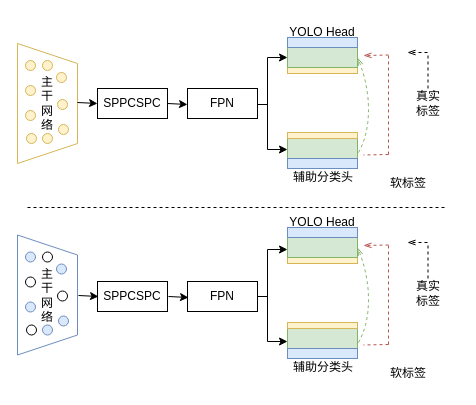
Above: self_distillation.drawio in wangdayan/HuffmanTree (draw.io), before the change. Source tidied: cells renumbered, new cells numbered last; positions are measured from the earlier drawing's top-left corner, leaving out a move shared by most shapes. Both pictures are drawn from the tidied source at 100%, with x=0, y=0 at pixel (-13, 17).
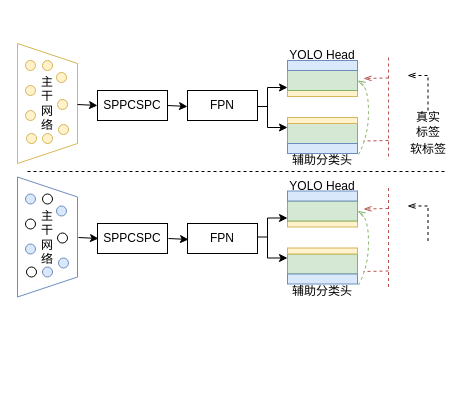
The same page after the edit.

The edit, as a diff of the source:
```diff
@@
     <mxCell id="2" value="SPPCSPC" style="rounded=0;whiteSpace=wrap;html=1;" parent="1" vertex="1">
-      <mxGeometry x="110" y="264" width="70" height="30" as="geometry" />
+      <mxGeometry x="110" y="206" width="70" height="30" as="geometry" />
     </mxCell>
     <mxCell id="3" value="FPN" style="rounded=0;whiteSpace=wrap;html=1;" parent="1" vertex="1">
-      <mxGeometry x="200" y="264" width="70" height="30" as="geometry" />
+      <mxGeometry x="200" y="206" width="70" height="30" as="geometry" />
     </mxCell>
-    <mxCell id="4" style="rounded=0;whiteSpace=wrap;html=1;fillColor=#d5e8d4;strokeColor=#82b366;" parent="1" vertex="1">
-      <mxGeometry x="300" y="311" width="70" height="20" as="geometry" />
-    </mxCell>
-    <mxCell id="5" value="辅助分类头" style="text;strokeColor=none;align=center;fillColor=none;html=1;verticalAlign=middle;whiteSpace=wrap;rounded=0;" parent="1" vertex="1">
-      <mxGeometry x="301" y="335" width="70" height="30" as="geometry" />
-    </mxCell>
-    <mxCell id="6" style="rounded=0;whiteSpace=wrap;html=1;fillColor=#dae8fc;strokeColor=#6c8ebf;" parent="1" vertex="1">
-      <mxGeometry x="300" y="331" width="70" height="10" as="geometry" />
-    </mxCell>
-    <mxCell id="7" style="rounded=0;whiteSpace=wrap;html=1;fillColor=#fff2cc;strokeColor=#d6b656;" parent="1" vertex="1">
-      <mxGeometry x="300" y="240" width="70" height="6" as="geometry" />
-    </mxCell>
-    <mxCell id="8" style="rounded=0;whiteSpace=wrap;html=1;fillColor=#d5e8d4;strokeColor=#82b366;" parent="1" vertex="1">
-      <mxGeometry x="300" y="220" width="70" height="20" as="geometry" />
-    </mxCell>
-    <mxCell id="9" style="rounded=0;whiteSpace=wrap;html=1;fillColor=#dae8fc;strokeColor=#6c8ebf;" parent="1" vertex="1">
-      <mxGeometry x="300" y="210" width="70" height="10" as="geometry" />
-    </mxCell>
-    <mxCell id="10" style="curved=1;endArrow=openThin;html=1;rounded=0;entryX=1;entryY=0.5;entryDx=0;entryDy=0;fillColor=#d5e8d4;strokeColor=#82b366;dashed=1;endFill=0;" parent="1" edge="1" target="8">
-      <mxGeometry relative="1" as="geometry">
-        <mxPoint x="371" y="325" as="sourcePoint" />
-        <Array as="points">
-          <mxPoint x="381" y="307" />
-          <mxPoint x="381" y="257" />
-        </Array>
-      </mxGeometry>
-    </mxCell>
-    <mxCell id="11" style="rounded=0;whiteSpace=wrap;html=1;fillColor=#fff2cc;strokeColor=#d6b656;" parent="1" vertex="1">
-      <mxGeometry x="300" y="305" width="70" height="6" as="geometry" />
-    </mxCell>
-    <mxCell id="12" value="YOLO&amp;nbsp;Head" style="text;strokeColor=none;align=center;fillColor=none;html=1;verticalAlign=middle;whiteSpace=wrap;rounded=0;" parent="1" vertex="1">
-      <mxGeometry x="305" y="190" width="60" height="30" as="geometry" />
-    </mxCell>
-    <mxCell id="13" value="真实&lt;div&gt;标签&lt;/div&gt;" style="text;strokeColor=none;align=center;fillColor=none;html=1;verticalAlign=middle;whiteSpace=wrap;rounded=0;" parent="1" vertex="1">
-      <mxGeometry x="411" y="261" width="60" height="30" as="geometry" />
-    </mxCell>
-    <mxCell id="14" style="endArrow=none;html=1;rounded=0;dashed=1;" parent="1" edge="1">
-      <mxGeometry relative="1" as="geometry">
-        <mxPoint x="440.5" y="261" as="sourcePoint" />
-        <mxPoint x="440.5" y="225" as="targetPoint" />
-      </mxGeometry>
-    </mxCell>
-    <mxCell id="15" style="endArrow=openThin;html=1;rounded=0;dashed=1;endFill=0;" parent="1" edge="1">
-      <mxGeometry relative="1" as="geometry">
-        <mxPoint x="440" y="225" as="sourcePoint" />
-        <mxPoint x="420" y="225" as="targetPoint" />
-      </mxGeometry>
-    </mxCell>
-    <mxCell id="16" value="软标签" style="text;strokeColor=none;align=center;fillColor=none;html=1;verticalAlign=middle;whiteSpace=wrap;rounded=0;" parent="1" vertex="1">
-      <mxGeometry x="391" y="341" width="60" height="30" as="geometry" />
-    </mxCell>
-    <mxCell id="17" style="endArrow=none;html=1;rounded=0;dashed=1;fillColor=#f8cecc;strokeColor=#b85450;" parent="1" edge="1">
-      <mxGeometry relative="1" as="geometry">
-        <mxPoint x="401" y="327" as="sourcePoint" />
-        <mxPoint x="401" y="227" as="targetPoint" />
-      </mxGeometry>
-    </mxCell>
-    <mxCell id="18" style="endArrow=none;html=1;rounded=0;dashed=1;endFill=0;fillColor=#f8cecc;strokeColor=#b85450;startFill=0;" parent="1" edge="1">
-      <mxGeometry relative="1" as="geometry">
-        <mxPoint x="401" y="327" as="sourcePoint" />
-        <mxPoint x="376" y="327.5" as="targetPoint" />
-      </mxGeometry>
-    </mxCell>
-    <mxCell id="19" style="endArrow=openThin;html=1;rounded=0;dashed=1;endFill=0;fillColor=#f8cecc;strokeColor=#b85450;" parent="1" edge="1">
-      <mxGeometry relative="1" as="geometry">
-        <mxPoint x="401" y="227.5" as="sourcePoint" />
-        <mxPoint x="376" y="228" as="targetPoint" />
-      </mxGeometry>
-    </mxCell>
@@
     <mxCell id="21" value="SPPCSPC" style="rounded=0;whiteSpace=wrap;html=1;" parent="1" vertex="1">
-      <mxGeometry x="110" y="71" width="70" height="30" as="geometry" />
+      <mxGeometry x="110" y="73" width="70" height="30" as="geometry" />
     </mxCell>
     <mxCell id="22" value="FPN" style="rounded=0;whiteSpace=wrap;html=1;" parent="1" vertex="1">
-      <mxGeometry x="200" y="71" width="70" height="30" as="geometry" />
+      <mxGeometry x="200" y="73" width="70" height="30" as="geometry" />
     </mxCell>
     <mxCell id="23" style="rounded=0;whiteSpace=wrap;html=1;fillColor=#d5e8d4;strokeColor=#82b366;" parent="1" vertex="1">
-      <mxGeometry x="300" y="121" width="70" height="20" as="geometry" />
+      <mxGeometry x="300" y="106" width="70" height="20" as="geometry" />
     </mxCell>
     <mxCell id="24" value="辅助分类头" style="text;strokeColor=none;align=center;fillColor=none;html=1;verticalAlign=middle;whiteSpace=wrap;rounded=0;" parent="1" vertex="1">
-      <mxGeometry x="301" y="145" width="70" height="30" as="geometry" />
+      <mxGeometry x="300" y="128" width="70" height="30" as="geometry" />
     </mxCell>
     <mxCell id="25" style="rounded=0;whiteSpace=wrap;html=1;fillColor=#dae8fc;strokeColor=#6c8ebf;" parent="1" vertex="1">
-      <mxGeometry x="300" y="141" width="70" height="10" as="geometry" />
+      <mxGeometry x="300" y="126" width="70" height="10" as="geometry" />
     </mxCell>
     <mxCell id="26" style="rounded=0;whiteSpace=wrap;html=1;fillColor=#fff2cc;strokeColor=#d6b656;" parent="1" vertex="1">
-      <mxGeometry x="300" y="50" width="70" height="6" as="geometry" />
+      <mxGeometry x="300" y="73" width="70" height="6" as="geometry" />
     </mxCell>
     <mxCell id="27" style="rounded=0;whiteSpace=wrap;html=1;fillColor=#d5e8d4;strokeColor=#82b366;" parent="1" vertex="1">
-      <mxGeometry x="300" y="30" width="70" height="20" as="geometry" />
+      <mxGeometry x="300" y="53" width="70" height="20" as="geometry" />
     </mxCell>
     <mxCell id="28" style="rounded=0;whiteSpace=wrap;html=1;fillColor=#dae8fc;strokeColor=#6c8ebf;" parent="1" vertex="1">
-      <mxGeometry x="300" y="20" width="70" height="10" as="geometry" />
+      <mxGeometry x="300" y="43" width="70" height="10" as="geometry" />
     </mxCell>
     <mxCell id="29" style="curved=1;endArrow=openThin;html=1;rounded=0;entryX=1;entryY=0.5;entryDx=0;entryDy=0;fillColor=#d5e8d4;strokeColor=#82b366;dashed=1;endFill=0;" parent="1" edge="1" target="27">
       <mxGeometry relative="1" as="geometry">
-        <mxPoint x="371" y="135" as="sourcePoint" />
+        <mxPoint x="371" y="137" as="sourcePoint" />
         <Array as="points">
-          <mxPoint x="381" y="117" />
-          <mxPoint x="381" y="67" />
+          <mxPoint x="381" y="119" />
+          <mxPoint x="381" y="69" />
         </Array>
       </mxGeometry>
     </mxCell>
     <mxCell id="30" style="rounded=0;whiteSpace=wrap;html=1;fillColor=#fff2cc;strokeColor=#d6b656;" parent="1" vertex="1">
-      <mxGeometry x="300" y="115" width="70" height="6" as="geometry" />
+      <mxGeometry x="300" y="100" width="70" height="6" as="geometry" />
     </mxCell>
     <mxCell id="31" value="YOLO&amp;nbsp;Head" style="text;strokeColor=none;align=center;fillColor=none;html=1;verticalAlign=middle;whiteSpace=wrap;rounded=0;" parent="1" vertex="1">
-      <mxGeometry x="305" width="60" height="30" as="geometry" />
+      <mxGeometry x="305" y="23" width="60" height="30" as="geometry" />
     </mxCell>
     <mxCell id="32" value="真实&lt;div&gt;标签&lt;/div&gt;" style="text;strokeColor=none;align=center;fillColor=none;html=1;verticalAlign=middle;whiteSpace=wrap;rounded=0;" parent="1" vertex="1">
-      <mxGeometry x="411" y="71" width="60" height="30" as="geometry" />
+      <mxGeometry x="411" y="92" width="60" height="30" as="geometry" />
     </mxCell>
     <mxCell id="33" style="endArrow=none;html=1;rounded=0;dashed=1;" parent="1" edge="1">
       <mxGeometry relative="1" as="geometry">
-        <mxPoint x="440.5" y="71" as="sourcePoint" />
-        <mxPoint x="440.5" y="35" as="targetPoint" />
+        <mxPoint x="440.5" y="93" as="sourcePoint" />
+        <mxPoint x="440.5" y="57" as="targetPoint" />
       </mxGeometry>
     </mxCell>
     <mxCell id="34" style="endArrow=openThin;html=1;rounded=0;dashed=1;endFill=0;" parent="1" edge="1">
       <mxGeometry relative="1" as="geometry">
-        <mxPoint x="440" y="35" as="sourcePoint" />
-        <mxPoint x="420" y="35" as="targetPoint" />
+        <mxPoint x="440" y="58" as="sourcePoint" />
+        <mxPoint x="420" y="58" as="targetPoint" />
       </mxGeometry>
     </mxCell>
     <mxCell id="35" value="软标签" style="text;strokeColor=none;align=center;fillColor=none;html=1;verticalAlign=middle;whiteSpace=wrap;rounded=0;" parent="1" vertex="1">
-      <mxGeometry x="391" y="151" width="60" height="30" as="geometry" />
+      <mxGeometry x="411" y="117" width="60" height="30" as="geometry" />
     </mxCell>
     <mxCell id="36" style="endArrow=none;html=1;rounded=0;dashed=1;fillColor=#f8cecc;strokeColor=#b85450;" parent="1" edge="1">
       <mxGeometry relative="1" as="geometry">
-        <mxPoint x="401" y="137" as="sourcePoint" />
-        <mxPoint x="401" y="37" as="targetPoint" />
+        <mxPoint x="401" y="139" as="sourcePoint" />
+        <mxPoint x="401" y="39" as="targetPoint" />
       </mxGeometry>
     </mxCell>
     <mxCell id="37" style="endArrow=none;html=1;rounded=0;dashed=1;endFill=0;fillColor=#f8cecc;strokeColor=#b85450;startFill=0;" parent="1" edge="1">
       <mxGeometry relative="1" as="geometry">
-        <mxPoint x="401" y="137" as="sourcePoint" />
-        <mxPoint x="376" y="137.5" as="targetPoint" />
+        <mxPoint x="401" y="123" as="sourcePoint" />
+        <mxPoint x="376" y="123.5" as="targetPoint" />
       </mxGeometry>
     </mxCell>
     <mxCell id="38" style="endArrow=openThin;html=1;rounded=0;dashed=1;endFill=0;fillColor=#f8cecc;strokeColor=#b85450;" parent="1" edge="1">
       <mxGeometry relative="1" as="geometry">
-        <mxPoint x="401" y="37.5" as="sourcePoint" />
-        <mxPoint x="376" y="38" as="targetPoint" />
+        <mxPoint x="401" y="60.5" as="sourcePoint" />
+        <mxPoint x="376" y="61" as="targetPoint" />
       </mxGeometry>
     </mxCell>
@@
     <mxCell id="40" style="endArrow=none;dashed=1;html=1;rounded=0;" parent="1" edge="1">
       <mxGeometry relative="1" as="geometry">
-        <mxPoint x="40" y="190" as="sourcePoint" />
-        <mxPoint x="460" y="190" as="targetPoint" />
+        <mxPoint x="40" y="154" as="sourcePoint" />
+        <mxPoint x="460" y="154" as="targetPoint" />
       </mxGeometry>
     </mxCell>
@@
     <mxCell id="50" style="shape=trapezoid;perimeter=trapezoidPerimeter;whiteSpace=wrap;html=1;fixedSize=1;rotation=90;fillColor=#FFFFFF;strokeColor=#6c8ebf;" parent="1" vertex="1">
-      <mxGeometry y="247.5" width="120" height="60" as="geometry" />
+      <mxGeometry y="189.5" width="120" height="60" as="geometry" />
     </mxCell>
     <mxCell id="51" value="主&lt;div&gt;干&lt;/div&gt;&lt;div&gt;网&lt;/div&gt;&lt;div&gt;络&lt;/div&gt;" style="text;strokeColor=none;align=center;fillColor=none;html=1;verticalAlign=middle;whiteSpace=wrap;rounded=0;" parent="1" vertex="1">
-      <mxGeometry x="30" y="262.5" width="60" height="30" as="geometry" />
+      <mxGeometry x="30" y="204.5" width="60" height="30" as="geometry" />
     </mxCell>
     <mxCell id="52" style="ellipse;whiteSpace=wrap;html=1;fillColor=#dae8fc;strokeColor=#6c8ebf;" parent="1" vertex="1">
-      <mxGeometry x="38" y="234.5" width="10" height="10" as="geometry" />
+      <mxGeometry x="38" y="176.5" width="10" height="10" as="geometry" />
     </mxCell>
     <mxCell id="53" style="ellipse;whiteSpace=wrap;html=1;fillColor=#dae8fc;strokeColor=#6c8ebf;" parent="1" vertex="1">
-      <mxGeometry x="69" y="246.5" width="10" height="10" as="geometry" />
+      <mxGeometry x="69" y="188.5" width="10" height="10" as="geometry" />
     </mxCell>
     <mxCell id="54" style="ellipse;whiteSpace=wrap;html=1;" parent="1" vertex="1">
-      <mxGeometry x="38" y="259.5" width="10" height="10" as="geometry" />
+      <mxGeometry x="38" y="201.5" width="10" height="10" as="geometry" />
     </mxCell>
     <mxCell id="55" style="ellipse;whiteSpace=wrap;html=1;" parent="1" vertex="1">
-      <mxGeometry x="70" y="273.5" width="10" height="10" as="geometry" />
+      <mxGeometry x="70" y="215.5" width="10" height="10" as="geometry" />
     </mxCell>
     <mxCell id="56" style="ellipse;whiteSpace=wrap;html=1;fillColor=#dae8fc;strokeColor=#6c8ebf;" parent="1" vertex="1">
-      <mxGeometry x="38" y="284.5" width="10" height="10" as="geometry" />
+      <mxGeometry x="38" y="226.5" width="10" height="10" as="geometry" />
     </mxCell>
     <mxCell id="57" style="ellipse;whiteSpace=wrap;html=1;fillColor=#dae8fc;strokeColor=#6c8ebf;" parent="1" vertex="1">
-      <mxGeometry x="71" y="298.5" width="10" height="10" as="geometry" />
+      <mxGeometry x="71" y="240.5" width="10" height="10" as="geometry" />
     </mxCell>
     <mxCell id="58" style="ellipse;whiteSpace=wrap;html=1;" parent="1" vertex="1">
-      <mxGeometry x="39" y="307.5" width="10" height="10" as="geometry" />
+      <mxGeometry x="39" y="249.5" width="10" height="10" as="geometry" />
     </mxCell>
     <mxCell id="59" style="ellipse;whiteSpace=wrap;html=1;fillColor=#dae8fc;strokeColor=#6c8ebf;" parent="1" vertex="1">
-      <mxGeometry x="55" y="307.5" width="10" height="10" as="geometry" />
+      <mxGeometry x="55" y="249.5" width="10" height="10" as="geometry" />
     </mxCell>
     <mxCell id="60" style="ellipse;whiteSpace=wrap;html=1;fillColor=#FFFFFF;" parent="1" vertex="1">
-      <mxGeometry x="55" y="234.5" width="10" height="10" as="geometry" />
+      <mxGeometry x="55" y="176.5" width="10" height="10" as="geometry" />
     </mxCell>
     <mxCell id="61" style="endArrow=classic;html=1;rounded=0;entryX=0;entryY=0.5;entryDx=0;entryDy=0;" parent="1" edge="1" target="21">
       <mxGeometry relative="1" as="geometry">
-        <mxPoint x="90" y="85" as="sourcePoint" />
+        <mxPoint x="90" y="87" as="sourcePoint" />
       </mxGeometry>
     </mxCell>
     <mxCell id="62" style="endArrow=classic;html=1;rounded=0;entryX=0;entryY=0.5;entryDx=0;entryDy=0;" parent="1" edge="1">
       <mxGeometry relative="1" as="geometry">
-        <mxPoint x="91" y="278" as="sourcePoint" />
-        <mxPoint x="111" y="279" as="targetPoint" />
+        <mxPoint x="91" y="220" as="sourcePoint" />
+        <mxPoint x="111" y="221" as="targetPoint" />
       </mxGeometry>
     </mxCell>
     <mxCell id="63" style="endArrow=classic;html=1;rounded=0;entryX=0;entryY=0.5;entryDx=0;entryDy=0;" parent="1" edge="1">
       <mxGeometry relative="1" as="geometry">
-        <mxPoint x="180" y="86" as="sourcePoint" />
-        <mxPoint x="200" y="87" as="targetPoint" />
+        <mxPoint x="180" y="88" as="sourcePoint" />
+        <mxPoint x="200" y="89" as="targetPoint" />
       </mxGeometry>
     </mxCell>
     <mxCell id="64" style="endArrow=classic;html=1;rounded=0;entryX=0;entryY=0.5;entryDx=0;entryDy=0;" parent="1" edge="1">
       <mxGeometry relative="1" as="geometry">
-        <mxPoint x="181" y="279" as="sourcePoint" />
-        <mxPoint x="201" y="280" as="targetPoint" />
+        <mxPoint x="181" y="221" as="sourcePoint" />
+        <mxPoint x="201" y="222" as="targetPoint" />
       </mxGeometry>
     </mxCell>
     <mxCell id="65" style="endArrow=none;html=1;rounded=0;startSize=6;" parent="1" edge="1">
       <mxGeometry relative="1" as="geometry">
-        <mxPoint x="280" y="132" as="sourcePoint" />
-        <mxPoint x="280" y="40" as="targetPoint" />
+        <mxPoint x="280" y="110" as="sourcePoint" />
+        <mxPoint x="280" y="70" as="targetPoint" />
       </mxGeometry>
     </mxCell>
-    <mxCell id="66" style="endArrow=classic;html=1;rounded=0;entryX=0;entryY=0.5;entryDx=0;entryDy=0;" parent="1" edge="1" target="27">
+    <mxCell id="66" style="endArrow=classic;html=1;rounded=0;entryX=0;entryY=0.5;entryDx=0;entryDy=0;" parent="1" edge="1">
       <mxGeometry relative="1" as="geometry">
-        <mxPoint x="280" y="40" as="sourcePoint" />
+        <mxPoint x="280" y="70" as="sourcePoint" />
+        <mxPoint x="300" y="70" as="targetPoint" />
       </mxGeometry>
     </mxCell>
     <mxCell id="67" style="endArrow=classic;html=1;rounded=0;entryX=0;entryY=0.5;entryDx=0;entryDy=0;" parent="1" edge="1">
       <mxGeometry relative="1" as="geometry">
-        <mxPoint x="280" y="132" as="sourcePoint" />
-        <mxPoint x="300" y="132" as="targetPoint" />
+        <mxPoint x="280" y="110" as="sourcePoint" />
+        <mxPoint x="300" y="110" as="targetPoint" />
       </mxGeometry>
     </mxCell>
     <mxCell id="68" style="endArrow=none;html=1;rounded=0;" parent="1" edge="1">
       <mxGeometry relative="1" as="geometry">
-        <mxPoint x="270" y="87" as="sourcePoint" />
-        <mxPoint x="280" y="87" as="targetPoint" />
+        <mxPoint x="270" y="89" as="sourcePoint" />
+        <mxPoint x="280" y="89" as="targetPoint" />
       </mxGeometry>
     </mxCell>
-    <mxCell id="69" style="endArrow=none;html=1;rounded=0;startSize=6;" parent="1" edge="1">
-      <mxGeometry relative="1" as="geometry">
-        <mxPoint x="280" y="324" as="sourcePoint" />
-        <mxPoint x="280" y="232" as="targetPoint" />
-      </mxGeometry>
-    </mxCell>
-    <mxCell id="70" style="endArrow=classic;html=1;rounded=0;entryX=0;entryY=0.5;entryDx=0;entryDy=0;" parent="1" edge="1">
-      <mxGeometry relative="1" as="geometry">
-        <mxPoint x="280" y="232" as="sourcePoint" />
-        <mxPoint x="300" y="232" as="targetPoint" />
-      </mxGeometry>
-    </mxCell>
-    <mxCell id="71" style="endArrow=classic;html=1;rounded=0;entryX=0;entryY=0.5;entryDx=0;entryDy=0;" parent="1" edge="1">
-      <mxGeometry relative="1" as="geometry">
-        <mxPoint x="280" y="324" as="sourcePoint" />
-        <mxPoint x="300" y="324" as="targetPoint" />
-      </mxGeometry>
-    </mxCell>
-    <mxCell id="72" style="endArrow=none;html=1;rounded=0;" parent="1" edge="1">
-      <mxGeometry relative="1" as="geometry">
-        <mxPoint x="270" y="279" as="sourcePoint" />
-        <mxPoint x="280" y="279" as="targetPoint" />
-      </mxGeometry>
-    </mxCell>
+    <mxCell id="73" style="rounded=0;whiteSpace=wrap;html=1;fillColor=#d5e8d4;strokeColor=#82b366;" parent="1" vertex="1">
+      <mxGeometry x="300" y="236.5" width="70" height="20" as="geometry" />
+    </mxCell>
+    <mxCell id="5" value="辅助分类头" style="text;strokeColor=none;align=center;fillColor=none;html=1;verticalAlign=middle;whiteSpace=wrap;rounded=0;" parent="1" vertex="1">
+      <mxGeometry x="300" y="258.5" width="70" height="30" as="geometry" />
+    </mxCell>
+    <mxCell id="74" style="rounded=0;whiteSpace=wrap;html=1;fillColor=#dae8fc;strokeColor=#6c8ebf;" parent="1" vertex="1">
+      <mxGeometry x="300" y="256.5" width="70" height="10" as="geometry" />
+    </mxCell>
+    <mxCell id="75" style="rounded=0;whiteSpace=wrap;html=1;fillColor=#fff2cc;strokeColor=#d6b656;" parent="1" vertex="1">
+      <mxGeometry x="300" y="203.5" width="70" height="6" as="geometry" />
+    </mxCell>
+    <mxCell id="76" style="rounded=0;whiteSpace=wrap;html=1;fillColor=#d5e8d4;strokeColor=#82b366;" parent="1" vertex="1">
+      <mxGeometry x="300" y="183.5" width="70" height="20" as="geometry" />
+    </mxCell>
+    <mxCell id="77" style="rounded=0;whiteSpace=wrap;html=1;fillColor=#dae8fc;strokeColor=#6c8ebf;" parent="1" vertex="1">
+      <mxGeometry x="300" y="173.5" width="70" height="10" as="geometry" />
+    </mxCell>
+    <mxCell id="78" style="curved=1;endArrow=openThin;html=1;rounded=0;entryX=1;entryY=0.5;entryDx=0;entryDy=0;fillColor=#d5e8d4;strokeColor=#82b366;dashed=1;endFill=0;" parent="1" edge="1" target="76">
+      <mxGeometry relative="1" as="geometry">
+        <mxPoint x="371" y="267.5" as="sourcePoint" />
+        <Array as="points">
+          <mxPoint x="381" y="249.5" />
+          <mxPoint x="381" y="199.5" />
+        </Array>
+      </mxGeometry>
+    </mxCell>
+    <mxCell id="79" style="rounded=0;whiteSpace=wrap;html=1;fillColor=#fff2cc;strokeColor=#d6b656;" parent="1" vertex="1">
+      <mxGeometry x="300" y="230.5" width="70" height="6" as="geometry" />
+    </mxCell>
+    <mxCell id="12" value="YOLO&amp;nbsp;Head" style="text;strokeColor=none;align=center;fillColor=none;html=1;verticalAlign=middle;whiteSpace=wrap;rounded=0;" parent="1" vertex="1">
+      <mxGeometry x="305" y="153.5" width="60" height="30" as="geometry" />
+    </mxCell>
+    <mxCell id="80" style="endArrow=none;html=1;rounded=0;dashed=1;" parent="1" edge="1">
+      <mxGeometry relative="1" as="geometry">
+        <mxPoint x="440.5" y="223.5" as="sourcePoint" />
+        <mxPoint x="440.5" y="187.5" as="targetPoint" />
+      </mxGeometry>
+    </mxCell>
+    <mxCell id="81" style="endArrow=openThin;html=1;rounded=0;dashed=1;endFill=0;" parent="1" edge="1">
+      <mxGeometry relative="1" as="geometry">
+        <mxPoint x="440" y="188.5" as="sourcePoint" />
+        <mxPoint x="420" y="188.5" as="targetPoint" />
+      </mxGeometry>
+    </mxCell>
+    <mxCell id="82" style="endArrow=none;html=1;rounded=0;dashed=1;fillColor=#f8cecc;strokeColor=#b85450;" parent="1" edge="1">
+      <mxGeometry relative="1" as="geometry">
+        <mxPoint x="401" y="269.5" as="sourcePoint" />
+        <mxPoint x="401" y="169.5" as="targetPoint" />
+      </mxGeometry>
+    </mxCell>
+    <mxCell id="83" style="endArrow=none;html=1;rounded=0;dashed=1;endFill=0;fillColor=#f8cecc;strokeColor=#b85450;startFill=0;" parent="1" edge="1">
+      <mxGeometry relative="1" as="geometry">
+        <mxPoint x="401" y="253.5" as="sourcePoint" />
+        <mxPoint x="376" y="254" as="targetPoint" />
+      </mxGeometry>
+    </mxCell>
+    <mxCell id="84" style="endArrow=openThin;html=1;rounded=0;dashed=1;endFill=0;fillColor=#f8cecc;strokeColor=#b85450;" parent="1" edge="1">
+      <mxGeometry relative="1" as="geometry">
+        <mxPoint x="401" y="191" as="sourcePoint" />
+        <mxPoint x="376" y="191.5" as="targetPoint" />
+      </mxGeometry>
+    </mxCell>
+    <mxCell id="85" style="endArrow=none;html=1;rounded=0;startSize=6;" parent="1" edge="1">
+      <mxGeometry relative="1" as="geometry">
+        <mxPoint x="280" y="240.5" as="sourcePoint" />
+        <mxPoint x="280" y="200.5" as="targetPoint" />
+      </mxGeometry>
+    </mxCell>
+    <mxCell id="86" style="endArrow=classic;html=1;rounded=0;entryX=0;entryY=0.5;entryDx=0;entryDy=0;" parent="1" edge="1">
+      <mxGeometry relative="1" as="geometry">
+        <mxPoint x="280" y="200.5" as="sourcePoint" />
+        <mxPoint x="300" y="200.5" as="targetPoint" />
+      </mxGeometry>
+    </mxCell>
+    <mxCell id="87" style="endArrow=classic;html=1;rounded=0;entryX=0;entryY=0.5;entryDx=0;entryDy=0;" parent="1" edge="1">
+      <mxGeometry relative="1" as="geometry">
+        <mxPoint x="280" y="240.5" as="sourcePoint" />
+        <mxPoint x="300" y="240.5" as="targetPoint" />
+      </mxGeometry>
+    </mxCell>
+    <mxCell id="88" style="endArrow=none;html=1;rounded=0;" parent="1" edge="1">
+      <mxGeometry relative="1" as="geometry">
+        <mxPoint x="270" y="219.5" as="sourcePoint" />
+        <mxPoint x="280" y="219.5" as="targetPoint" />
+      </mxGeometry>
+    </mxCell>
```
